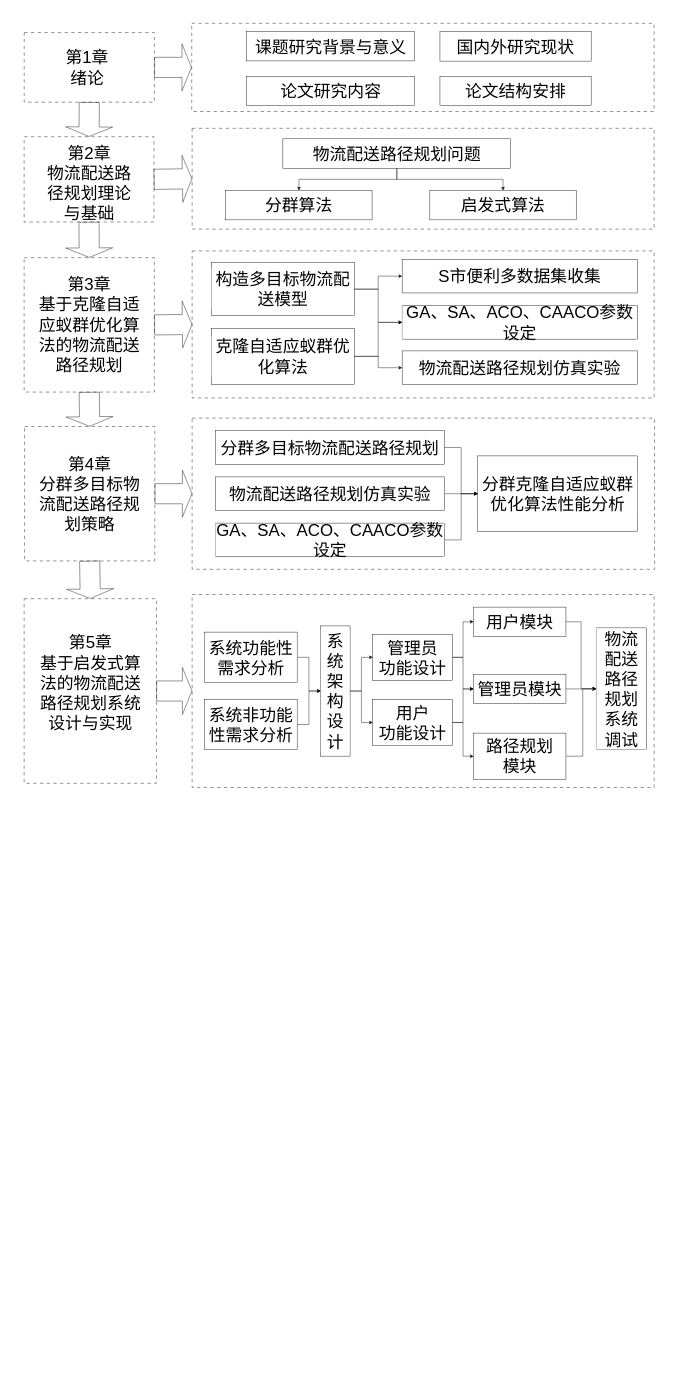
Before: 章节路线图.drawio in AAYESLY/bishe-github, a draw.io diagram. Source tidied: cells renumbered, new cells numbered last; positions are measured from the earlier drawing's top-left corner, leaving out a move shared by most shapes. Both pictures are drawn from the tidied source at 42%, with x=0, y=0 at pixel (24, 23).
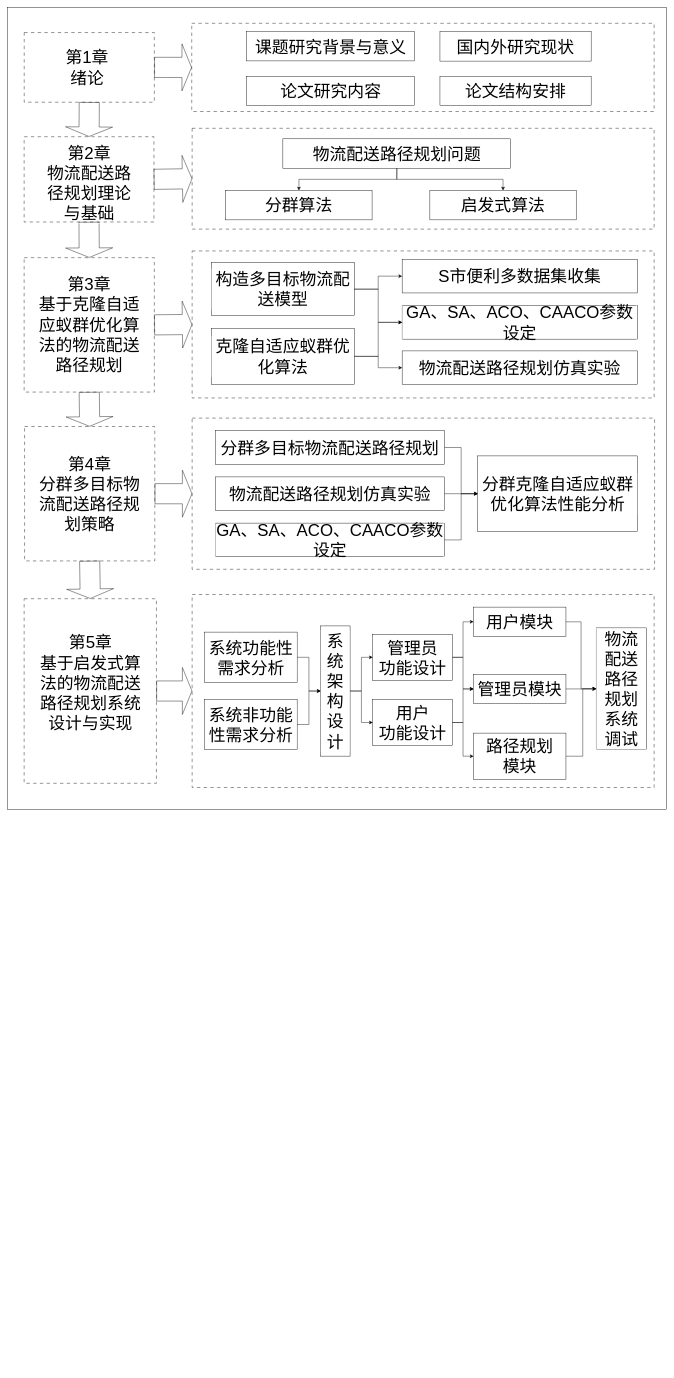
Above is the later version.

Commit message (it also covers changes not shown here):
更新章节路线图.drawio

The edit, as a diff of the source:
```diff
@@
     <mxCell id="9" style="group;fontSize=33;fontFamily=宋体;" parent="1" vertex="1">
-      <mxGeometry x="10" y="22" width="300" height="165.9" as="geometry" />
+      <mxGeometry x="10" y="22" width="1520" height="1850" as="geometry" />
     </mxCell>
+    <mxCell id="82" style="rounded=0;whiteSpace=wrap;html=1;fillColor=none;" parent="9" vertex="1">
+      <mxGeometry x="-50" y="-60" width="1570" height="1910" as="geometry" />
+    </mxCell>
```
